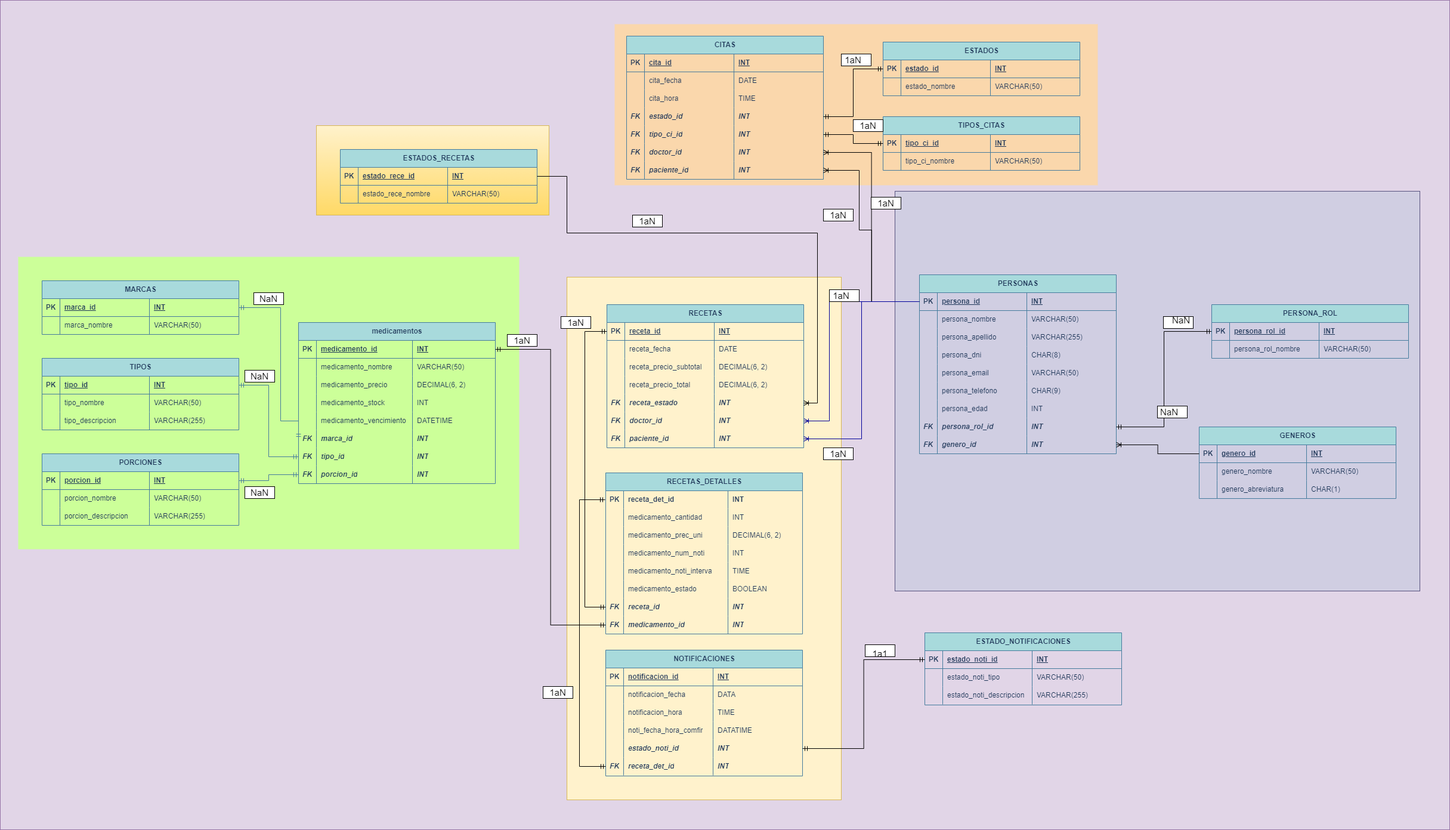
jetaype21/BD-GRUPOUNO keeps this draw.io diagram as docConnect.drawio.png. Above is the earlier version. Source tidied: cells renumbered, new cells last; positions are measured from the earlier drawing's top-left corner, leaving out a move shared by most shapes.
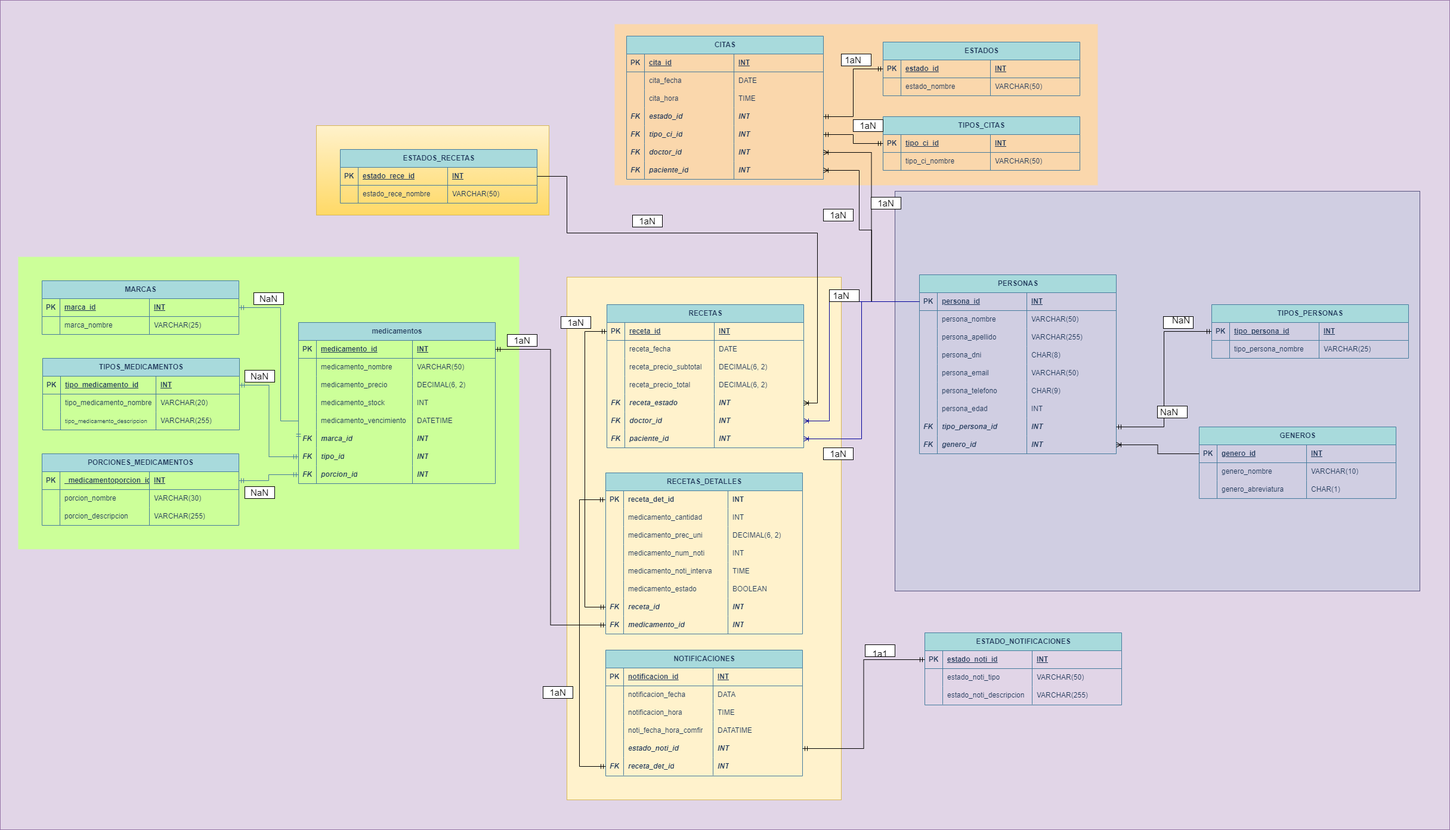
Later version of the same file.

Change to the diagram source:
```diff
@@ -127,7 +127,7 @@
     <mxCell id="41" value="INT" style="shape=partialRectangle;fillColor=none;top=0;left=0;bottom=0;right=0;align=left;spacingLeft=6;overflow=hidden;whiteSpace=wrap;html=1;labelBackgroundColor=none;strokeColor=#457B9D;fontColor=#1D3557;fontStyle=3;" parent="38" vertex="1">
       <mxGeometry x="191" width="139" height="30" as="geometry" />
     </mxCell>
-    <mxCell id="42" value="PORCIONES" style="shape=table;startSize=30;rowLines=0;fontStyle=1;align=center;html=1;labelBackgroundColor=none;fillColor=#A8DADC;strokeColor=#457B9D;fontColor=#1D3557;" parent="1" vertex="1">
+    <mxCell id="42" value="PORCIONES_MEDICAMENTOS" style="shape=table;startSize=30;rowLines=0;fontStyle=1;align=center;html=1;labelBackgroundColor=none;fillColor=#A8DADC;strokeColor=#457B9D;fontColor=#1D3557;" parent="1" vertex="1">
       <mxGeometry x="70" y="760" width="330" height="120" as="geometry" />
     </mxCell>
     <mxCell id="43" style="shape=tableRow;horizontal=0;startSize=0;swimlaneHead=0;swimlaneBody=0;fillColor=none;points=[[0,0.5],[1,0.5]];portConstraint=eastwest;top=0;left=0;right=0;bottom=1;labelBackgroundColor=none;strokeColor=#457B9D;fontColor=#1D3557;" parent="42" vertex="1">
@@ -136,7 +136,7 @@
     <mxCell id="44" value="PK" style="shape=partialRectangle;fillColor=none;top=0;left=0;bottom=0;right=0;fontStyle=1;overflow=hidden;whiteSpace=wrap;html=1;labelBackgroundColor=none;strokeColor=#457B9D;fontColor=#1D3557;" parent="43" vertex="1">
       <mxGeometry width="30" height="30" as="geometry" />
     </mxCell>
-    <mxCell id="45" value="porcion_id" style="shape=partialRectangle;fillColor=none;top=0;left=0;bottom=0;right=0;align=left;spacingLeft=6;fontStyle=5;overflow=hidden;whiteSpace=wrap;html=1;labelBackgroundColor=none;strokeColor=#457B9D;fontColor=#1D3557;" parent="43" vertex="1">
+    <mxCell id="45" value="_medicamentoporcion_id" style="shape=partialRectangle;fillColor=none;top=0;left=0;bottom=0;right=0;align=left;spacingLeft=6;fontStyle=5;overflow=hidden;whiteSpace=wrap;html=1;labelBackgroundColor=none;strokeColor=#457B9D;fontColor=#1D3557;" parent="43" vertex="1">
       <mxGeometry x="30" width="150" height="30" as="geometry" />
     </mxCell>
     <mxCell id="46" value="INT" style="shape=partialRectangle;fillColor=none;top=0;left=0;bottom=0;right=0;align=left;spacingLeft=6;fontStyle=5;overflow=hidden;whiteSpace=wrap;html=1;labelBackgroundColor=none;strokeColor=#457B9D;fontColor=#1D3557;" parent="43" vertex="1">
@@ -151,7 +151,7 @@
     <mxCell id="49" value="porcion_nombre" style="shape=partialRectangle;fillColor=none;top=0;left=0;bottom=0;right=0;align=left;spacingLeft=6;overflow=hidden;whiteSpace=wrap;html=1;labelBackgroundColor=none;strokeColor=#457B9D;fontColor=#1D3557;" parent="47" vertex="1">
       <mxGeometry x="30" width="150" height="30" as="geometry" />
     </mxCell>
-    <mxCell id="50" value="VARCHAR(50)" style="shape=partialRectangle;fillColor=none;top=0;left=0;bottom=0;right=0;align=left;spacingLeft=6;overflow=hidden;whiteSpace=wrap;html=1;labelBackgroundColor=none;strokeColor=#457B9D;fontColor=#1D3557;" parent="47" vertex="1">
+    <mxCell id="50" value="VARCHAR(30)" style="shape=partialRectangle;fillColor=none;top=0;left=0;bottom=0;right=0;align=left;spacingLeft=6;overflow=hidden;whiteSpace=wrap;html=1;labelBackgroundColor=none;strokeColor=#457B9D;fontColor=#1D3557;" parent="47" vertex="1">
       <mxGeometry x="180" width="150" height="30" as="geometry" />
     </mxCell>
     <mxCell id="51" style="shape=tableRow;horizontal=0;startSize=0;swimlaneHead=0;swimlaneBody=0;fillColor=none;top=0;left=0;right=0;bottom=0;labelBackgroundColor=none;strokeColor=#457B9D;fontColor=#1D3557;" parent="42" vertex="1">
@@ -190,11 +190,11 @@
     <mxCell id="62" value="marca_nombre" style="shape=partialRectangle;fillColor=none;top=0;left=0;bottom=0;right=0;align=left;spacingLeft=6;overflow=hidden;whiteSpace=wrap;html=1;labelBackgroundColor=none;strokeColor=#457B9D;fontColor=#1D3557;" parent="60" vertex="1">
       <mxGeometry x="30" width="150" height="30" as="geometry" />
     </mxCell>
-    <mxCell id="63" value="VARCHAR(50)" style="shape=partialRectangle;fillColor=none;top=0;left=0;bottom=0;right=0;align=left;spacingLeft=6;overflow=hidden;whiteSpace=wrap;html=1;labelBackgroundColor=none;strokeColor=#457B9D;fontColor=#1D3557;" parent="60" vertex="1">
+    <mxCell id="63" value="VARCHAR(25)" style="shape=partialRectangle;fillColor=none;top=0;left=0;bottom=0;right=0;align=left;spacingLeft=6;overflow=hidden;whiteSpace=wrap;html=1;labelBackgroundColor=none;strokeColor=#457B9D;fontColor=#1D3557;" parent="60" vertex="1">
       <mxGeometry x="180" width="150" height="30" as="geometry" />
     </mxCell>
-    <mxCell id="64" value="TIPOS" style="shape=table;startSize=30;rowLines=0;fontStyle=1;align=center;html=1;labelBackgroundColor=none;fillColor=#A8DADC;strokeColor=#457B9D;fontColor=#1D3557;" parent="1" vertex="1">
-      <mxGeometry x="70" y="600" width="330" height="120" as="geometry" />
+    <mxCell id="64" value="TIPOS_MEDICAMENTOS" style="shape=table;startSize=30;rowLines=0;fontStyle=1;align=center;html=1;labelBackgroundColor=none;fillColor=#A8DADC;strokeColor=#457B9D;fontColor=#1D3557;" parent="1" vertex="1">
+      <mxGeometry x="71" y="600" width="330" height="120" as="geometry" />
     </mxCell>
     <mxCell id="65" style="shape=tableRow;horizontal=0;startSize=0;swimlaneHead=0;swimlaneBody=0;fillColor=none;points=[[0,0.5],[1,0.5]];portConstraint=eastwest;top=0;left=0;right=0;bottom=1;labelBackgroundColor=none;strokeColor=#457B9D;fontColor=#1D3557;" parent="64" vertex="1">
       <mxGeometry y="30" width="330" height="30" as="geometry" />
@@ -202,11 +202,11 @@
     <mxCell id="66" value="PK" style="shape=partialRectangle;fillColor=none;top=0;left=0;bottom=0;right=0;fontStyle=1;overflow=hidden;whiteSpace=wrap;html=1;labelBackgroundColor=none;strokeColor=#457B9D;fontColor=#1D3557;" parent="65" vertex="1">
       <mxGeometry width="30" height="30" as="geometry" />
     </mxCell>
-    <mxCell id="67" value="tipo_id" style="shape=partialRectangle;fillColor=none;top=0;left=0;bottom=0;right=0;align=left;spacingLeft=6;fontStyle=5;overflow=hidden;whiteSpace=wrap;html=1;labelBackgroundColor=none;strokeColor=#457B9D;fontColor=#1D3557;" parent="65" vertex="1">
-      <mxGeometry x="30" width="150" height="30" as="geometry" />
+    <mxCell id="67" value="tipo_medicamento_id" style="shape=partialRectangle;fillColor=none;top=0;left=0;bottom=0;right=0;align=left;spacingLeft=6;fontStyle=5;overflow=hidden;whiteSpace=wrap;html=1;labelBackgroundColor=none;strokeColor=#457B9D;fontColor=#1D3557;" parent="65" vertex="1">
+      <mxGeometry x="30" width="160" height="30" as="geometry" />
     </mxCell>
     <mxCell id="68" value="INT" style="shape=partialRectangle;fillColor=none;top=0;left=0;bottom=0;right=0;align=left;spacingLeft=6;fontStyle=5;overflow=hidden;whiteSpace=wrap;html=1;labelBackgroundColor=none;strokeColor=#457B9D;fontColor=#1D3557;" parent="65" vertex="1">
-      <mxGeometry x="180" width="150" height="30" as="geometry" />
+      <mxGeometry x="190" width="140" height="30" as="geometry" />
     </mxCell>
     <mxCell id="69" style="shape=tableRow;horizontal=0;startSize=0;swimlaneHead=0;swimlaneBody=0;fillColor=none;top=0;left=0;right=0;bottom=0;labelBackgroundColor=none;strokeColor=#457B9D;fontColor=#1D3557;" parent="64" vertex="1">
       <mxGeometry y="60" width="330" height="30" as="geometry" />
@@ -214,23 +214,23 @@
     <mxCell id="70" style="shape=partialRectangle;fillColor=none;top=0;left=0;bottom=0;right=0;overflow=hidden;whiteSpace=wrap;html=1;labelBackgroundColor=none;strokeColor=#457B9D;fontColor=#1D3557;" parent="69" vertex="1">
       <mxGeometry width="30" height="30" as="geometry" />
     </mxCell>
-    <mxCell id="71" value="tipo_nombre" style="shape=partialRectangle;fillColor=none;top=0;left=0;bottom=0;right=0;align=left;spacingLeft=6;overflow=hidden;whiteSpace=wrap;html=1;labelBackgroundColor=none;strokeColor=#457B9D;fontColor=#1D3557;" parent="69" vertex="1">
-      <mxGeometry x="30" width="150" height="30" as="geometry" />
+    <mxCell id="71" value="tipo_medicamento_nombre" style="shape=partialRectangle;fillColor=none;top=0;left=0;bottom=0;right=0;align=left;spacingLeft=6;overflow=hidden;whiteSpace=wrap;html=1;labelBackgroundColor=none;strokeColor=#457B9D;fontColor=#1D3557;" parent="69" vertex="1">
+      <mxGeometry x="30" width="160" height="30" as="geometry" />
     </mxCell>
-    <mxCell id="72" value="VARCHAR(50)" style="shape=partialRectangle;fillColor=none;top=0;left=0;bottom=0;right=0;align=left;spacingLeft=6;overflow=hidden;whiteSpace=wrap;html=1;labelBackgroundColor=none;strokeColor=#457B9D;fontColor=#1D3557;" parent="69" vertex="1">
-      <mxGeometry x="180" width="150" height="30" as="geometry" />
+    <mxCell id="72" value="VARCHAR(20)" style="shape=partialRectangle;fillColor=none;top=0;left=0;bottom=0;right=0;align=left;spacingLeft=6;overflow=hidden;whiteSpace=wrap;html=1;labelBackgroundColor=none;strokeColor=#457B9D;fontColor=#1D3557;" parent="69" vertex="1">
+      <mxGeometry x="190" width="140" height="30" as="geometry" />
     </mxCell>
-    <mxCell id="73" style="shape=tableRow;horizontal=0;startSize=0;swimlaneHead=0;swimlaneBody=0;fillColor=none;top=0;left=0;right=0;bottom=0;labelBackgroundColor=none;strokeColor=#457B9D;fontColor=#1D3557;" parent="64" vertex="1">
+    <mxCell id="73" style="shape=tableRow;horizontal=0;startSize=0;swimlaneHead=0;swimlaneBody=0;fillColor=none;top=0;left=0;right=0;bottom=0;labelBackgroundColor=none;strokeColor=#457B9D;fontColor=#1D3557;fontSize=9;" parent="64" vertex="1">
       <mxGeometry y="90" width="330" height="30" as="geometry" />
     </mxCell>
     <mxCell id="74" style="shape=partialRectangle;fillColor=none;top=0;left=0;bottom=0;right=0;overflow=hidden;whiteSpace=wrap;html=1;labelBackgroundColor=none;strokeColor=#457B9D;fontColor=#1D3557;" parent="73" vertex="1">
       <mxGeometry width="30" height="30" as="geometry" />
     </mxCell>
-    <mxCell id="75" value="tipo_descripcion" style="shape=partialRectangle;fillColor=none;top=0;left=0;bottom=0;right=0;align=left;spacingLeft=6;overflow=hidden;whiteSpace=wrap;html=1;labelBackgroundColor=none;strokeColor=#457B9D;fontColor=#1D3557;" parent="73" vertex="1">
-      <mxGeometry x="30" width="150" height="30" as="geometry" />
+    <mxCell id="75" value="&lt;font style=&quot;font-size: 10px;&quot;&gt;tipo_medicamento_descripcion&lt;/font&gt;" style="shape=partialRectangle;fillColor=none;top=0;left=0;bottom=0;right=0;align=left;spacingLeft=6;overflow=hidden;whiteSpace=wrap;html=1;labelBackgroundColor=none;strokeColor=#457B9D;fontColor=#1D3557;" parent="73" vertex="1">
+      <mxGeometry x="30" width="160" height="30" as="geometry" />
     </mxCell>
     <mxCell id="76" value="VARCHAR(255)" style="shape=partialRectangle;fillColor=none;top=0;left=0;bottom=0;right=0;align=left;spacingLeft=6;overflow=hidden;whiteSpace=wrap;html=1;labelBackgroundColor=none;strokeColor=#457B9D;fontColor=#1D3557;" parent="73" vertex="1">
-      <mxGeometry x="180" width="150" height="30" as="geometry" />
+      <mxGeometry x="190" width="140" height="30" as="geometry" />
     </mxCell>
     <mxCell id="77" style="edgeStyle=orthogonalEdgeStyle;fontSize=12;html=1;endArrow=ERmandOne;startArrow=ERmandOne;rounded=0;strokeColor=#457B9D;fontColor=#1D3557;fillColor=#A8DADC;entryX=0;entryY=0.5;entryDx=0;entryDy=0;" parent="1" edge="1" source="56" target="30">
       <mxGeometry relative="1" as="geometry">
@@ -339,7 +339,7 @@
     <mxCell id="110" value="FK" style="shape=partialRectangle;fillColor=none;top=0;left=0;bottom=0;right=0;overflow=hidden;whiteSpace=wrap;html=1;labelBackgroundColor=none;strokeColor=#457B9D;fontColor=#1D3557;fontStyle=3;" parent="109" vertex="1">
       <mxGeometry width="30" height="30" as="geometry" />
     </mxCell>
-    <mxCell id="111" value="&lt;b&gt;&lt;i&gt;persona_rol_id&amp;nbsp;&lt;/i&gt;&lt;/b&gt;" style="shape=partialRectangle;fillColor=none;top=0;left=0;bottom=0;right=0;align=left;spacingLeft=6;overflow=hidden;whiteSpace=wrap;html=1;labelBackgroundColor=none;strokeColor=#457B9D;fontColor=#1D3557;" parent="109" vertex="1">
+    <mxCell id="111" value="&lt;b&gt;&lt;i&gt;tipo_persona_id&amp;nbsp;&lt;/i&gt;&lt;/b&gt;" style="shape=partialRectangle;fillColor=none;top=0;left=0;bottom=0;right=0;align=left;spacingLeft=6;overflow=hidden;whiteSpace=wrap;html=1;labelBackgroundColor=none;strokeColor=#457B9D;fontColor=#1D3557;" parent="109" vertex="1">
       <mxGeometry x="30" width="150" height="30" as="geometry" />
     </mxCell>
     <mxCell id="112" value="&lt;b&gt;&lt;i&gt;INT&amp;nbsp;&lt;/i&gt;&lt;/b&gt;" style="shape=partialRectangle;fillColor=none;top=0;left=0;bottom=0;right=0;align=left;spacingLeft=6;overflow=hidden;whiteSpace=wrap;html=1;labelBackgroundColor=none;strokeColor=#457B9D;fontColor=#1D3557;" parent="109" vertex="1">
@@ -381,7 +381,7 @@
     <mxCell id="124" value="genero_nombre" style="shape=partialRectangle;fillColor=none;top=0;left=0;bottom=0;right=0;align=left;spacingLeft=6;overflow=hidden;whiteSpace=wrap;html=1;labelBackgroundColor=none;strokeColor=#457B9D;fontColor=#1D3557;" parent="122" vertex="1">
       <mxGeometry x="30" width="150" height="30" as="geometry" />
     </mxCell>
-    <mxCell id="125" value="VARCHAR(50)" style="shape=partialRectangle;fillColor=none;top=0;left=0;bottom=0;right=0;align=left;spacingLeft=6;overflow=hidden;whiteSpace=wrap;html=1;labelBackgroundColor=none;strokeColor=#457B9D;fontColor=#1D3557;" parent="122" vertex="1">
+    <mxCell id="125" value="VARCHAR(10)" style="shape=partialRectangle;fillColor=none;top=0;left=0;bottom=0;right=0;align=left;spacingLeft=6;overflow=hidden;whiteSpace=wrap;html=1;labelBackgroundColor=none;strokeColor=#457B9D;fontColor=#1D3557;" parent="122" vertex="1">
       <mxGeometry x="180" width="150" height="30" as="geometry" />
     </mxCell>
     <mxCell id="126" style="shape=tableRow;horizontal=0;startSize=0;swimlaneHead=0;swimlaneBody=0;fillColor=none;top=0;left=0;right=0;bottom=0;labelBackgroundColor=none;strokeColor=#457B9D;fontColor=#1D3557;" parent="117" vertex="1">
@@ -1020,7 +1020,7 @@
     <mxCell id="329" value="NaN" style="text;html=1;strokeColor=none;fillColor=none;align=center;verticalAlign=middle;whiteSpace=wrap;rounded=0;fontSize=15;" parent="1" vertex="1">
       <mxGeometry x="1950" y="521" width="60" height="30" as="geometry" />
     </mxCell>
-    <mxCell id="330" value="PERSONA_ROL" style="shape=table;startSize=30;rowLines=0;fontStyle=1;align=center;html=1;labelBackgroundColor=none;fillColor=#A8DADC;strokeColor=#457B9D;fontColor=#1D3557;" parent="1" vertex="1">
+    <mxCell id="330" value="TIPOS_PERSONAS" style="shape=table;startSize=30;rowLines=0;fontStyle=1;align=center;html=1;labelBackgroundColor=none;fillColor=#A8DADC;strokeColor=#457B9D;fontColor=#1D3557;" parent="1" vertex="1">
       <mxGeometry x="2031" y="510" width="330" height="90" as="geometry" />
     </mxCell>
     <mxCell id="331" style="shape=tableRow;horizontal=0;startSize=0;swimlaneHead=0;swimlaneBody=0;fillColor=none;points=[[0,0.5],[1,0.5]];portConstraint=eastwest;top=0;left=0;right=0;bottom=1;labelBackgroundColor=none;strokeColor=#457B9D;fontColor=#1D3557;" parent="330" vertex="1">
@@ -1029,7 +1029,7 @@
     <mxCell id="332" value="PK" style="shape=partialRectangle;fillColor=none;top=0;left=0;bottom=0;right=0;fontStyle=1;overflow=hidden;whiteSpace=wrap;html=1;labelBackgroundColor=none;strokeColor=#457B9D;fontColor=#1D3557;" parent="331" vertex="1">
       <mxGeometry width="30" height="30" as="geometry" />
     </mxCell>
-    <mxCell id="333" value="persona_rol_id" style="shape=partialRectangle;fillColor=none;top=0;left=0;bottom=0;right=0;align=left;spacingLeft=6;fontStyle=5;overflow=hidden;whiteSpace=wrap;html=1;labelBackgroundColor=none;strokeColor=#457B9D;fontColor=#1D3557;" parent="331" vertex="1">
+    <mxCell id="333" value="tipo_persona_id" style="shape=partialRectangle;fillColor=none;top=0;left=0;bottom=0;right=0;align=left;spacingLeft=6;fontStyle=5;overflow=hidden;whiteSpace=wrap;html=1;labelBackgroundColor=none;strokeColor=#457B9D;fontColor=#1D3557;" parent="331" vertex="1">
       <mxGeometry x="30" width="150" height="30" as="geometry" />
     </mxCell>
     <mxCell id="334" value="INT" style="shape=partialRectangle;fillColor=none;top=0;left=0;bottom=0;right=0;align=left;spacingLeft=6;fontStyle=5;overflow=hidden;whiteSpace=wrap;html=1;labelBackgroundColor=none;strokeColor=#457B9D;fontColor=#1D3557;" parent="331" vertex="1">
@@ -1041,10 +1041,10 @@
     <mxCell id="336" style="shape=partialRectangle;fillColor=none;top=0;left=0;bottom=0;right=0;overflow=hidden;whiteSpace=wrap;html=1;labelBackgroundColor=none;strokeColor=#457B9D;fontColor=#1D3557;" parent="335" vertex="1">
       <mxGeometry width="30" height="30" as="geometry" />
     </mxCell>
-    <mxCell id="337" value="persona_rol_nombre" style="shape=partialRectangle;fillColor=none;top=0;left=0;bottom=0;right=0;align=left;spacingLeft=6;overflow=hidden;whiteSpace=wrap;html=1;labelBackgroundColor=none;strokeColor=#457B9D;fontColor=#1D3557;" parent="335" vertex="1">
+    <mxCell id="337" value="tipo_persona_nombre" style="shape=partialRectangle;fillColor=none;top=0;left=0;bottom=0;right=0;align=left;spacingLeft=6;overflow=hidden;whiteSpace=wrap;html=1;labelBackgroundColor=none;strokeColor=#457B9D;fontColor=#1D3557;" parent="335" vertex="1">
       <mxGeometry x="30" width="150" height="30" as="geometry" />
     </mxCell>
-    <mxCell id="338" value="VARCHAR(50)" style="shape=partialRectangle;fillColor=none;top=0;left=0;bottom=0;right=0;align=left;spacingLeft=6;overflow=hidden;whiteSpace=wrap;html=1;labelBackgroundColor=none;strokeColor=#457B9D;fontColor=#1D3557;" parent="335" vertex="1">
+    <mxCell id="338" value="VARCHAR(25)" style="shape=partialRectangle;fillColor=none;top=0;left=0;bottom=0;right=0;align=left;spacingLeft=6;overflow=hidden;whiteSpace=wrap;html=1;labelBackgroundColor=none;strokeColor=#457B9D;fontColor=#1D3557;" parent="335" vertex="1">
       <mxGeometry x="180" width="150" height="30" as="geometry" />
     </mxCell>
   </root>
```
